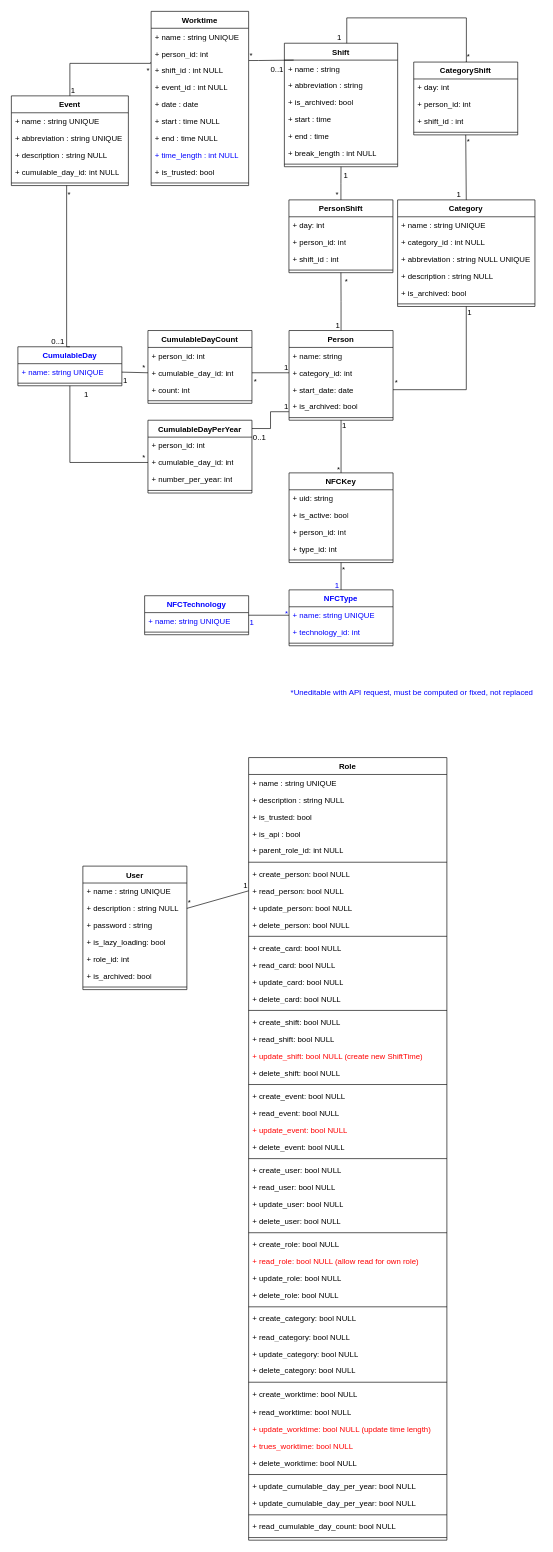
The draw.io diagram TimeManagerMLD.drawio in FrShao/TimeManager, before the edit. Source tidied: cells renumbered, new cells numbered last; positions are measured from the earlier drawing's top-left corner, leaving out a move shared by most shapes. Both pictures are drawn from the tidied source at 65%, with x=0, y=0 at pixel (11, 11).
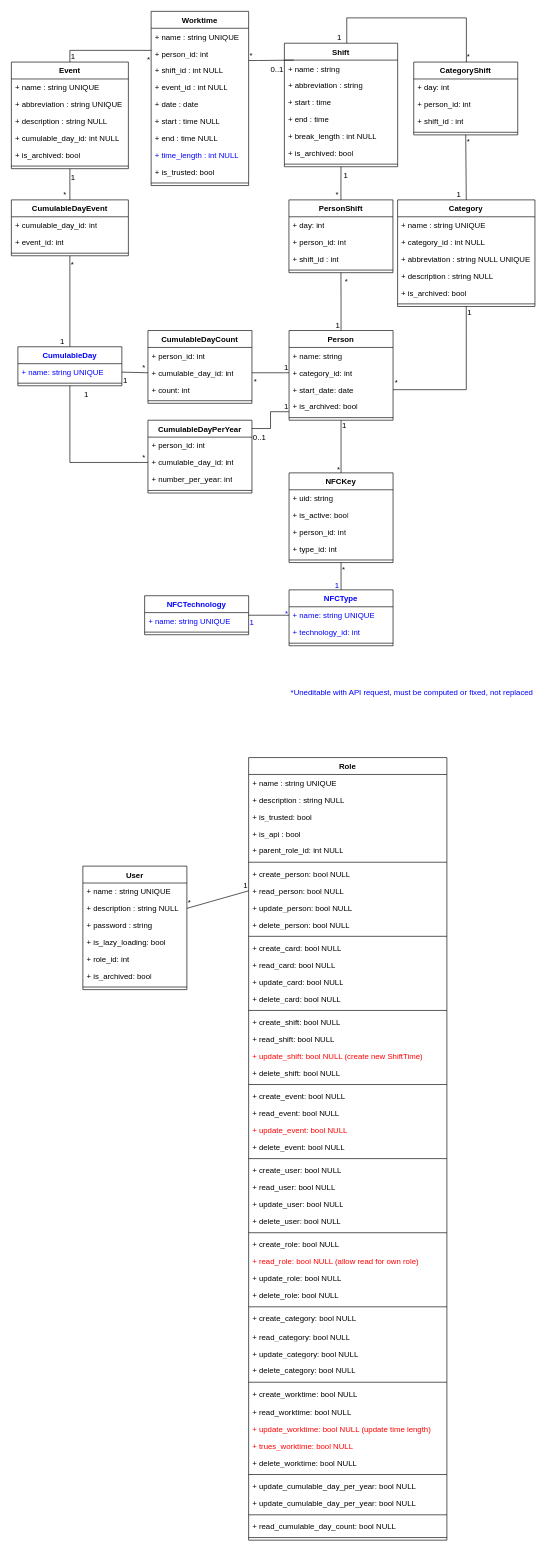
After the change.

Commit message:
Mettre à jour TimeManagerMLD.drawio

The change refers to these unchanged cells:
```xml
<mxCell id="70" value="+ person_id: int" style="text;strokeColor=none;fillColor=none;align=left;verticalAlign=top;spacingLeft=4;spacingRight=4;overflow=hidden;points=[[0,0.5],[1,0.5]];portConstraint=eastwest;whiteSpace=wrap;html=1;" parent="68" vertex="1">
  <mxGeometry y="52" width="150" height="26" as="geometry" />
</mxCell>
<mxCell id="71" value="+ shift_id : int NULL" style="text;strokeColor=none;fillColor=none;align=left;verticalAlign=top;spacingLeft=4;spacingRight=4;overflow=hidden;points=[[0,0.5],[1,0.5]];portConstraint=eastwest;whiteSpace=wrap;html=1;" parent="68" vertex="1">
  <mxGeometry y="78" width="150" height="26" as="geometry" />
</mxCell>
<mxCell id="79" value="Shift" style="swimlane;fontStyle=1;align=center;verticalAlign=top;horizontal=1;startSize=26;whiteSpace=wrap;html=1;" parent="1" vertex="1">
  <mxGeometry x="420" y="49" width="174.3" height="190" as="geometry" />
</mxCell>
<mxCell id="117" value="CumulableDay" style="swimlane;fontStyle=1;align=center;verticalAlign=top;horizontal=1;startSize=26;whiteSpace=wrap;html=1;fontColor=#0000FF;" parent="1" vertex="1">
  <mxGeometry x="10" y="516" width="160" height="60" as="geometry" />
</mxCell>
```

What changed in the source:
```diff
@@
-    <mxCell id="82" value="+ is_archived: bool" style="text;strokeColor=none;fillColor=none;align=left;verticalAlign=top;spacingLeft=4;spacingRight=4;overflow=hidden;whiteSpace=wrap;html=1;" parent="79" vertex="1">
-      <mxGeometry y="78" width="174.3" height="26" as="geometry" />
-    </mxCell>
     <mxCell id="83" value="+ start : time" style="text;strokeColor=none;fillColor=none;align=left;verticalAlign=top;spacingLeft=4;spacingRight=4;overflow=hidden;whiteSpace=wrap;html=1;" parent="79" vertex="1">
-      <mxGeometry y="104" width="174.3" height="26" as="geometry" />
+      <mxGeometry y="78" width="174.3" height="26" as="geometry" />
     </mxCell>
     <mxCell id="84" value="+ end : time" style="text;strokeColor=none;fillColor=none;align=left;verticalAlign=top;spacingLeft=4;spacingRight=4;overflow=hidden;whiteSpace=wrap;html=1;" parent="79" vertex="1">
-      <mxGeometry y="130" width="174.3" height="26" as="geometry" />
+      <mxGeometry y="104" width="174.3" height="26" as="geometry" />
     </mxCell>
     <mxCell id="85" value="+ break_length : int NULL" style="text;strokeColor=none;fillColor=none;align=left;verticalAlign=top;spacingLeft=4;spacingRight=4;overflow=hidden;whiteSpace=wrap;html=1;" parent="79" vertex="1">
-      <mxGeometry y="156" width="174.3" height="26" as="geometry" />
+      <mxGeometry y="130" width="174.3" height="26" as="geometry" />
     </mxCell>
+    <mxCell id="82" value="+ is_archived: bool" style="text;strokeColor=none;fillColor=none;align=left;verticalAlign=top;spacingLeft=4;spacingRight=4;overflow=hidden;whiteSpace=wrap;html=1;" parent="79" vertex="1">
+      <mxGeometry y="156" width="174.3" height="26" as="geometry" />
+    </mxCell>
@@
     <mxCell id="101" value="Event" style="swimlane;fontStyle=1;align=center;verticalAlign=top;horizontal=1;startSize=26;whiteSpace=wrap;html=1;" parent="1" vertex="1">
-      <mxGeometry y="130" width="180" height="138" as="geometry" />
+      <mxGeometry y="78" width="180" height="164" as="geometry" />
     </mxCell>
@@
+    <mxCell id="186" value="+ is_archived: bool" style="text;strokeColor=none;fillColor=none;align=left;verticalAlign=top;spacingLeft=4;spacingRight=4;overflow=hidden;whiteSpace=wrap;html=1;" parent="101" vertex="1">
+      <mxGeometry y="130" width="180" height="26" as="geometry" />
+    </mxCell>
     <mxCell id="106" style="line;strokeWidth=1;fillColor=none;align=left;verticalAlign=middle;spacingTop=-1;spacingLeft=3;spacingRight=3;labelPosition=right;strokeColor=inherit;" parent="101" vertex="1">
-      <mxGeometry y="130" width="180" height="8" as="geometry" />
+      <mxGeometry y="156" width="180" height="8" as="geometry" />
     </mxCell>
@@
-    <mxCell id="113" style="endArrow=none;html=1;rounded=0;exitX=0.5;exitY=0;exitDx=0;exitDy=0;entryX=-0.006;entryY=0.013;entryDx=0;entryDy=0;edgeStyle=orthogonalEdgeStyle;entryPerimeter=0;" parent="1" edge="1" source="101" target="71">
+    <mxCell id="113" style="endArrow=none;html=1;rounded=0;exitX=0.5;exitY=0;exitDx=0;exitDy=0;entryX=0.003;entryY=0.312;entryDx=0;entryDy=0;entryPerimeter=0;edgeStyle=orthogonalEdgeStyle;" parent="1" edge="1" source="101" target="70">
       <mxGeometry relative="1" as="geometry">
         <Array as="points">
-          <mxPoint x="90" y="80" />
-          <mxPoint x="214" y="80" />
+          <mxPoint x="90" y="60" />
+          <mxPoint x="214" y="60" />
         </Array>
       </mxGeometry>
     </mxCell>
@@
-    <mxCell id="130" style="endArrow=none;html=1;rounded=0;entryX=0.5;entryY=0;entryDx=0;entryDy=0;edgeStyle=orthogonalEdgeStyle;" parent="1" edge="1" target="117">
-      <mxGeometry relative="1" as="geometry">
-        <mxPoint x="85" y="268" as="sourcePoint" />
-        <Array as="points">
-          <mxPoint x="85" y="268" />
-          <mxPoint x="85" y="310" />
-        </Array>
-      </mxGeometry>
+    <mxCell id="130" style="endArrow=none;html=1;rounded=0;entryX=0.5;entryY=0;entryDx=0;entryDy=0;exitX=0.5;exitY=1;exitDx=0;exitDy=0;edgeStyle=orthogonalEdgeStyle;" parent="1" edge="1" source="187" target="117">
+      <mxGeometry relative="1" as="geometry" />
     </mxCell>
@@
-    <mxCell id="132" value="0..1" style="html=1;whiteSpace=wrap;align=right;verticalAlign=bottom;" parent="130" vertex="1">
+    <mxCell id="132" value="1" style="html=1;whiteSpace=wrap;align=right;verticalAlign=bottom;" parent="130" vertex="1">
       <mxGeometry x="1" relative="1" as="geometry">
         <mxPoint x="-7" as="offset" />
       </mxGeometry>
     </mxCell>
@@
+    <mxCell id="187" value="CumulableDayEvent" style="swimlane;fontStyle=1;align=center;verticalAlign=top;horizontal=1;startSize=26;whiteSpace=wrap;html=1;" parent="1" vertex="1">
+      <mxGeometry y="290" width="180" height="86" as="geometry" />
+    </mxCell>
+    <mxCell id="188" value="+ cumulable_day_id: int" style="text;strokeColor=none;fillColor=none;align=left;verticalAlign=top;spacingLeft=4;spacingRight=4;overflow=hidden;whiteSpace=wrap;html=1;" parent="187" vertex="1">
+      <mxGeometry y="26" width="180" height="26" as="geometry" />
+    </mxCell>
+    <mxCell id="189" value="+ event&lt;span style=&quot;background-color: initial;&quot;&gt;_id: int&lt;/span&gt;" style="text;strokeColor=none;fillColor=none;align=left;verticalAlign=top;spacingLeft=4;spacingRight=4;overflow=hidden;whiteSpace=wrap;html=1;" parent="187" vertex="1">
+      <mxGeometry y="52" width="180" height="26" as="geometry" />
+    </mxCell>
+    <mxCell id="190" style="line;strokeWidth=1;fillColor=none;align=left;verticalAlign=middle;spacingTop=-1;spacingLeft=3;spacingRight=3;labelPosition=right;strokeColor=inherit;" parent="187" vertex="1">
+      <mxGeometry y="78" width="180" height="8" as="geometry" />
+    </mxCell>
+    <mxCell id="191" style="endArrow=none;html=1;rounded=0;entryX=0.5;entryY=0;entryDx=0;entryDy=0;exitX=0.5;exitY=1;exitDx=0;exitDy=0;edgeStyle=orthogonalEdgeStyle;" parent="1" edge="1" source="101" target="187">
+      <mxGeometry relative="1" as="geometry" />
+    </mxCell>
+    <mxCell id="192" value="1" style="html=1;whiteSpace=wrap;align=left;verticalAlign=bottom;" parent="191" vertex="1">
+      <mxGeometry x="-1" relative="1" as="geometry">
+        <mxPoint y="22" as="offset" />
+      </mxGeometry>
+    </mxCell>
+    <mxCell id="193" value="*" style="html=1;whiteSpace=wrap;align=right;verticalAlign=bottom;" parent="191" vertex="1">
+      <mxGeometry x="1" relative="1" as="geometry">
+        <mxPoint x="-4" as="offset" />
+      </mxGeometry>
+    </mxCell>
```
